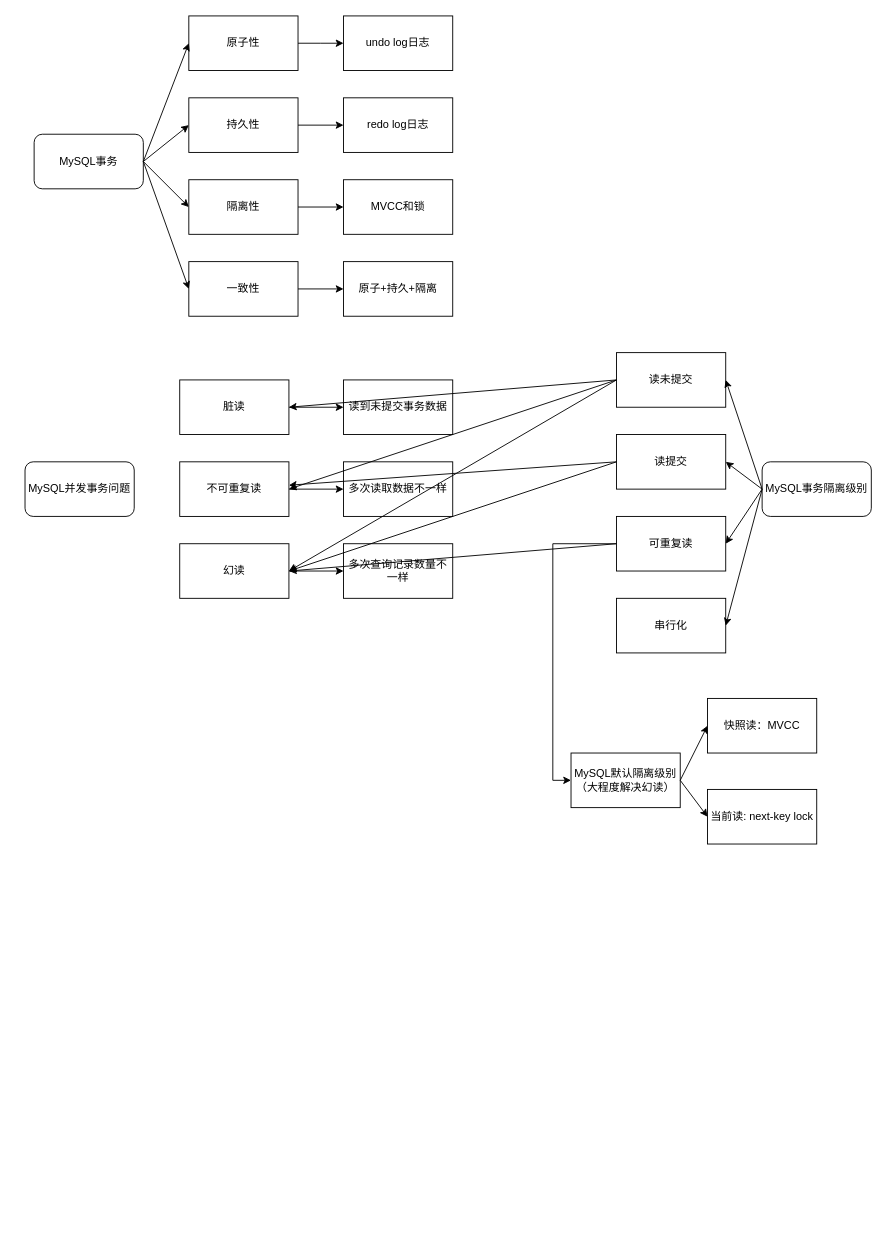
Before: MySQL事务.drawio in 1155200424/diagrams, a draw.io diagram. Source tidied: cells renumbered, new cells numbered last; positions are measured from the earlier drawing's top-left corner, leaving out a move shared by most shapes. Both pictures are drawn from the tidied source at 91%, with x=0, y=0 at pixel (25, 15).
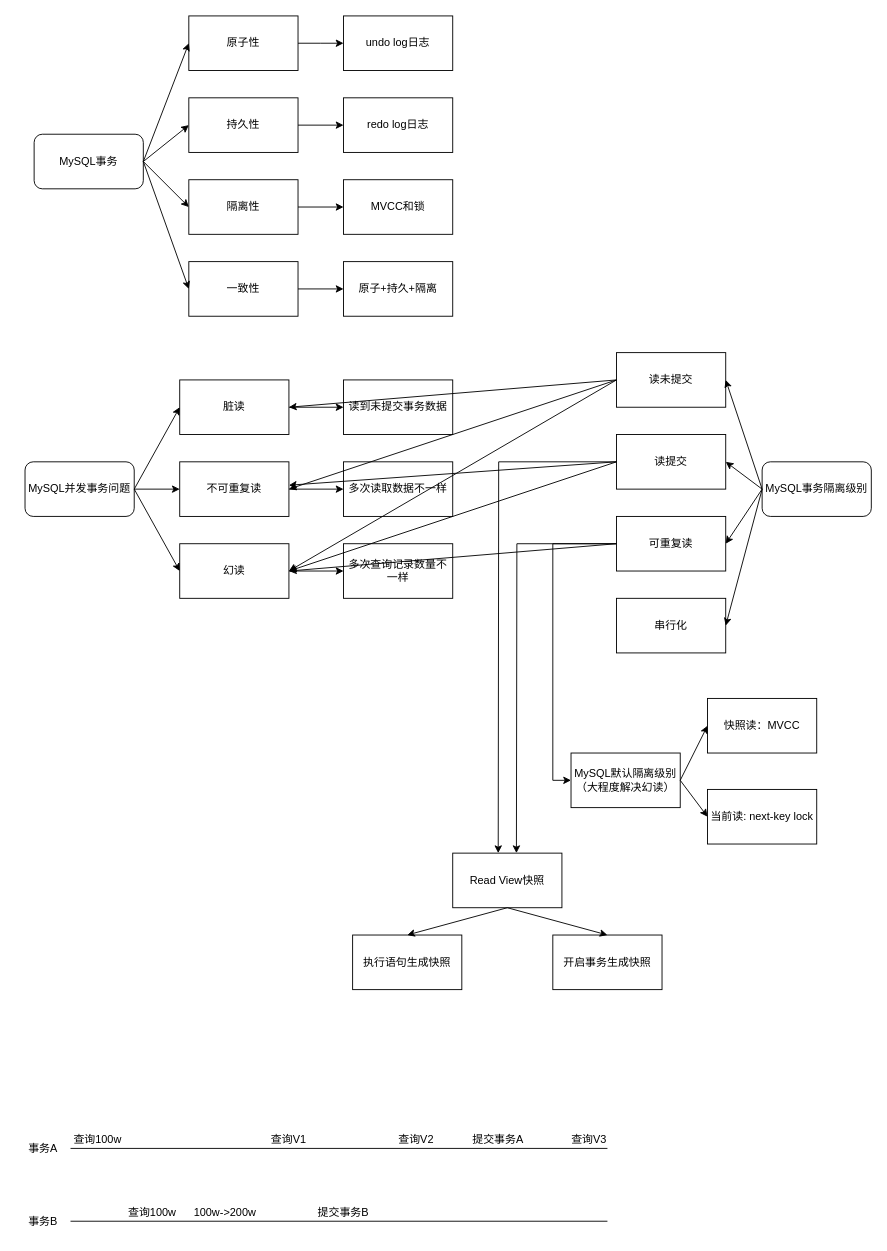
The same page after the edit.

Unchanged cells that the change refers to:
```xml
<mxCell id="21" value="脏读" style="rounded=0;whiteSpace=wrap;html=1;" parent="1" vertex="1">
  <mxGeometry x="170" y="400" width="120" height="60" as="geometry" />
</mxCell>
<mxCell id="23" value="不可重复读" style="rounded=0;whiteSpace=wrap;html=1;" parent="1" vertex="1">
  <mxGeometry x="170" y="490" width="120" height="60" as="geometry" />
</mxCell>
<mxCell id="25" value="幻读" style="rounded=0;whiteSpace=wrap;html=1;" parent="1" vertex="1">
  <mxGeometry x="170" y="580" width="120" height="60" as="geometry" />
</mxCell>
<mxCell id="31" value="读提交" style="rounded=0;whiteSpace=wrap;html=1;" parent="1" vertex="1">
  <mxGeometry x="650" y="460" width="120" height="60" as="geometry" />
</mxCell>
<mxCell id="33" value="可重复读" style="rounded=0;whiteSpace=wrap;html=1;" parent="1" vertex="1">
  <mxGeometry x="650" y="550" width="120" height="60" as="geometry" />
</mxCell>
```

Diff of the diagram source:
```diff
@@
+    <mxCell id="50" style="edgeStyle=orthogonalEdgeStyle;rounded=0;jettySize=auto;html=1;exitX=0;exitY=0.5;exitDx=0;exitDy=0;" parent="1" edge="1" source="31">
+      <mxGeometry relative="1" as="geometry">
+        <mxPoint x="520" y="920" as="targetPoint" />
+      </mxGeometry>
+    </mxCell>
@@
+    <mxCell id="51" style="edgeStyle=orthogonalEdgeStyle;rounded=0;jettySize=auto;html=1;exitX=0;exitY=0.5;exitDx=0;exitDy=0;" parent="1" edge="1" source="33">
+      <mxGeometry relative="1" as="geometry">
+        <mxPoint x="540" y="920" as="targetPoint" />
+      </mxGeometry>
+    </mxCell>
@@
+    <mxCell id="52" style="endArrow=classic;html=1;rounded=0;entryX=0;entryY=0.5;entryDx=0;entryDy=0;" parent="1" edge="1" target="21">
+      <mxGeometry relative="1" as="geometry">
+        <mxPoint x="120" y="520" as="sourcePoint" />
+      </mxGeometry>
+    </mxCell>
+    <mxCell id="53" style="endArrow=classic;html=1;rounded=0;" parent="1" edge="1" target="23">
+      <mxGeometry relative="1" as="geometry">
+        <mxPoint x="120" y="520" as="sourcePoint" />
+      </mxGeometry>
+    </mxCell>
+    <mxCell id="54" style="endArrow=classic;html=1;rounded=0;entryX=0;entryY=0.5;entryDx=0;entryDy=0;" parent="1" edge="1" target="25">
+      <mxGeometry relative="1" as="geometry">
+        <mxPoint x="120" y="520" as="sourcePoint" />
+      </mxGeometry>
+    </mxCell>
+    <mxCell id="55" value="Read View快照" style="rounded=0;whiteSpace=wrap;html=1;" parent="1" vertex="1">
+      <mxGeometry x="470" y="920" width="120" height="60" as="geometry" />
+    </mxCell>
+    <mxCell id="56" value="执行语句生成快照" style="rounded=0;whiteSpace=wrap;html=1;" parent="1" vertex="1">
+      <mxGeometry x="360" y="1010" width="120" height="60" as="geometry" />
+    </mxCell>
+    <mxCell id="57" value="开启事务生成快照" style="rounded=0;whiteSpace=wrap;html=1;" parent="1" vertex="1">
+      <mxGeometry x="580" y="1010" width="120" height="60" as="geometry" />
+    </mxCell>
+    <mxCell id="58" style="endArrow=classic;html=1;rounded=0;entryX=0.5;entryY=0;entryDx=0;entryDy=0;" parent="1" edge="1" target="56">
+      <mxGeometry relative="1" as="geometry">
+        <mxPoint x="530" y="980" as="sourcePoint" />
+      </mxGeometry>
+    </mxCell>
+    <mxCell id="59" style="endArrow=classic;html=1;rounded=0;entryX=0.5;entryY=0;entryDx=0;entryDy=0;" parent="1" edge="1" target="57">
+      <mxGeometry relative="1" as="geometry">
+        <mxPoint x="530" y="980" as="sourcePoint" />
+      </mxGeometry>
+    </mxCell>
+    <mxCell id="60" style="endArrow=none;html=1;rounded=0;" parent="1" edge="1">
+      <mxGeometry relative="1" as="geometry">
+        <mxPoint x="50" y="1244.5" as="sourcePoint" />
+        <mxPoint x="640" y="1244.5" as="targetPoint" />
+      </mxGeometry>
+    </mxCell>
+    <mxCell id="61" style="endArrow=none;html=1;rounded=0;" parent="1" edge="1">
+      <mxGeometry relative="1" as="geometry">
+        <mxPoint x="50" y="1324.5" as="sourcePoint" />
+        <mxPoint x="640" y="1324.5" as="targetPoint" />
+      </mxGeometry>
+    </mxCell>
+    <mxCell id="62" value="事务A" style="text;html=1;align=center;verticalAlign=middle;whiteSpace=wrap;rounded=0;" parent="1" vertex="1">
+      <mxGeometry x="-10" y="1230" width="60" height="30" as="geometry" />
+    </mxCell>
+    <mxCell id="63" value="事务B" style="text;html=1;align=center;verticalAlign=middle;whiteSpace=wrap;rounded=0;" parent="1" vertex="1">
+      <mxGeometry x="-10" y="1310" width="60" height="30" as="geometry" />
+    </mxCell>
+    <mxCell id="64" value="查询100w" style="text;html=1;align=center;verticalAlign=middle;whiteSpace=wrap;rounded=0;" parent="1" vertex="1">
+      <mxGeometry x="50" y="1220" width="60" height="30" as="geometry" />
+    </mxCell>
+    <mxCell id="65" value="查询100w" style="text;html=1;align=center;verticalAlign=middle;whiteSpace=wrap;rounded=0;" parent="1" vertex="1">
+      <mxGeometry x="110" y="1300" width="60" height="30" as="geometry" />
+    </mxCell>
+    <mxCell id="66" value="100w-&amp;gt;200w" style="text;html=1;align=center;verticalAlign=middle;whiteSpace=wrap;rounded=0;" parent="1" vertex="1">
+      <mxGeometry x="180" y="1300" width="80" height="30" as="geometry" />
+    </mxCell>
+    <mxCell id="67" value="查询V1" style="text;html=1;align=center;verticalAlign=middle;whiteSpace=wrap;rounded=0;" parent="1" vertex="1">
+      <mxGeometry x="260" y="1220" width="60" height="30" as="geometry" />
+    </mxCell>
+    <mxCell id="68" value="提交事务B" style="text;html=1;align=center;verticalAlign=middle;whiteSpace=wrap;rounded=0;" parent="1" vertex="1">
+      <mxGeometry x="320" y="1300" width="60" height="30" as="geometry" />
+    </mxCell>
+    <mxCell id="69" value="查询V2" style="text;html=1;align=center;verticalAlign=middle;whiteSpace=wrap;rounded=0;" parent="1" vertex="1">
+      <mxGeometry x="400" y="1220" width="60" height="30" as="geometry" />
+    </mxCell>
+    <mxCell id="70" value="提交事务A" style="text;html=1;align=center;verticalAlign=middle;whiteSpace=wrap;rounded=0;" parent="1" vertex="1">
+      <mxGeometry x="490" y="1220" width="60" height="30" as="geometry" />
+    </mxCell>
+    <mxCell id="71" value="查询V3" style="text;html=1;align=center;verticalAlign=middle;whiteSpace=wrap;rounded=0;" parent="1" vertex="1">
+      <mxGeometry x="590" y="1220" width="60" height="30" as="geometry" />
+    </mxCell>
```
